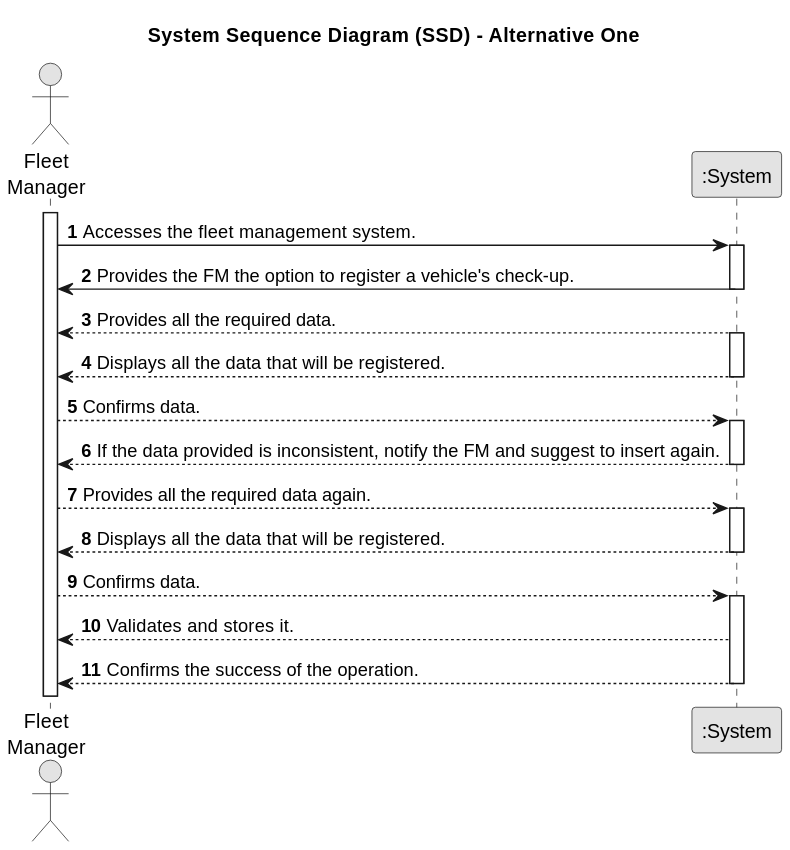
Before: docs/sprintA/us007/01.requirements-engineering/svg/us007-system-sequence-diagram-alternative-two.svg, a diagram exported from PlantUML (SAEmanuel/Green_Spaces_Management_ISEP). The source it was exported from:
```plantuml
@startuml
skinparam monochrome true
skinparam packageStyle rectangle
skinparam shadowing false

title System Sequence Diagram (SSD) - Alternative One

autonumber

actor "Fleet\nManager" as FM
participant ":System" as System

activate FM

    FM -> System : Accesses the fleet management system.
    activate System

    System -> FM : Provides the FM the option to register a vehicle's check-up.
        deactivate System

        System --> FM : Provides all the required data.
    activate System

    System --> FM : Displays all the data that will be registered.
        deactivate System

        FM --> System : Confirms data.
        activate System

        System --> FM : If the data provided is inconsistent, notify the FM and suggest to insert again.
            deactivate System

            FM --> System : Provides all the required data again.
                activate System

        System --> FM : Displays all the data that will be registered.
                deactivate System

                FM --> System : Confirms data.
                activate System

        System --> FM : Validates and stores it.


        System --> FM : Confirms the success of the operation.
        deactivate System
@enduml
```
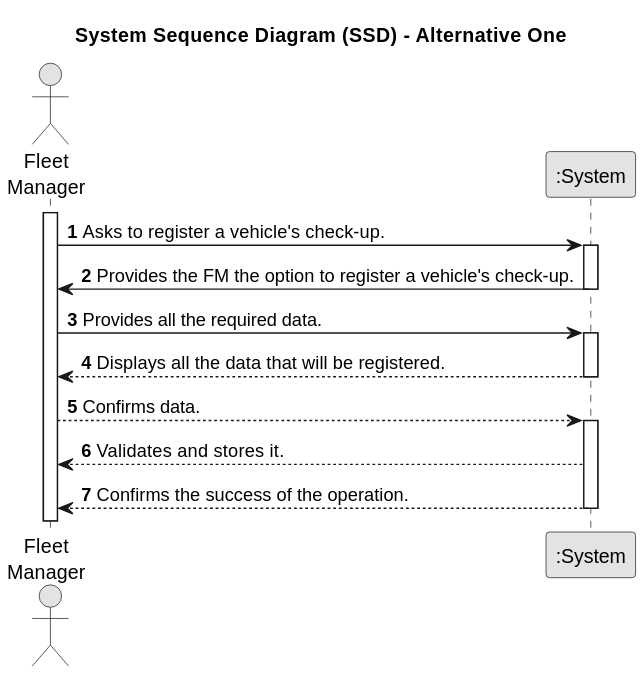
Later version of the same file.

Commit message:
US 07: Update SSD - Alternative One and Two

What changed in the source:
```diff
@@ -12,13 +12,13 @@
 
 activate FM
 
-    FM -> System : Accesses the fleet management system.
+    FM -> System : Asks to register a vehicle's check-up.
     activate System
 
     System -> FM : Provides the FM the option to register a vehicle's check-up.
         deactivate System
 
-        System --> FM : Provides all the required data.
+        FM -> System  : Provides all the required data.
     activate System
 
     System --> FM : Displays all the data that will be registered.
@@ -27,18 +27,6 @@
         FM --> System : Confirms data.
         activate System
 
-        System --> FM : If the data provided is inconsistent, notify the FM and suggest to insert again.
-            deactivate System
-
-            FM --> System : Provides all the required data again.
-                activate System
-
-        System --> FM : Displays all the data that will be registered.
-                deactivate System
-
-                FM --> System : Confirms data.
-                activate System
-
         System --> FM : Validates and stores it.
 
 
```
